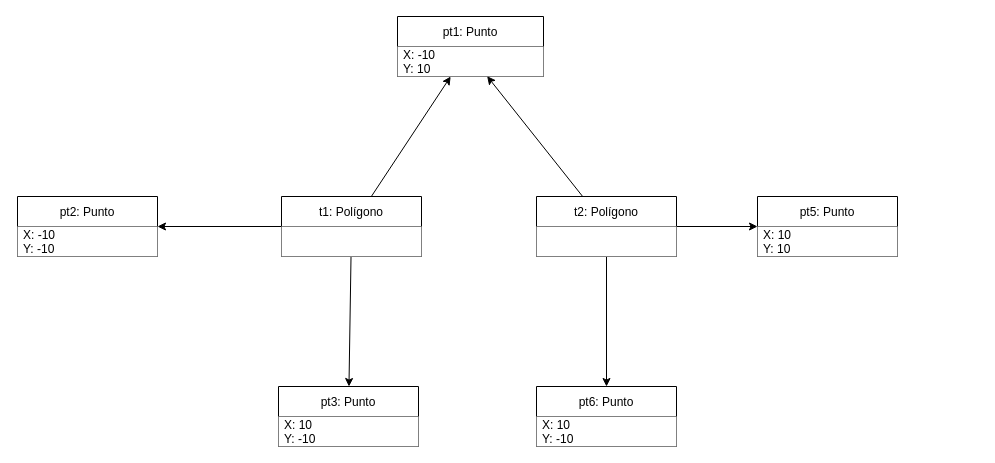
Before: Ejercicio 15.drawio in ESTHERRODRIGUEZGARCIA/TrabajoGrupal1-EDA, a draw.io diagram. Source tidied: cells renumbered, new cells numbered last; positions are measured from the earlier drawing's top-left corner, leaving out a move shared by most shapes. Both pictures are drawn from the tidied source at 100%, with x=0, y=0 at pixel (17, 16).
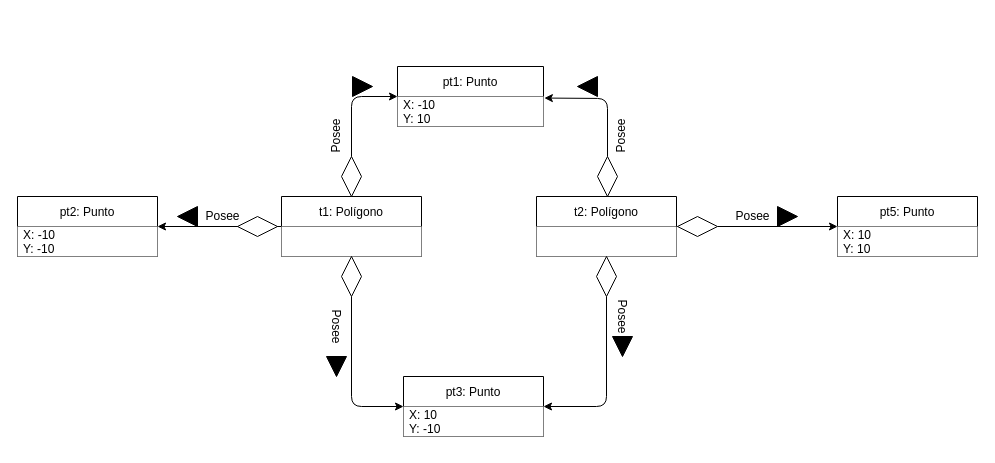
Above is the later version.

Unchanged cells that the change refers to:
```xml
<mxCell id="5" value="t1: Polígono" style="swimlane;fontStyle=0;horizontal=1;startSize=30;" parent="1" vertex="1">
  <mxGeometry x="264" y="180" width="140" height="60" as="geometry" />
</mxCell>
<mxCell id="10" value="X: -10&#10;Y: 10" style="text;strokeColor=none;fillColor=default;align=left;verticalAlign=middle;spacingLeft=4;spacingRight=4;overflow=hidden;points=[[0,0.5],[1,0.5]];portConstraint=eastwest;" parent="9" vertex="1">
  <mxGeometry y="30" width="146" height="30" as="geometry" />
</mxCell>
<mxCell id="16" value="t2: Polígono" style="swimlane;fontStyle=0;horizontal=1;startSize=30;" parent="1" vertex="1">
  <mxGeometry x="519" y="180" width="140" height="60" as="geometry" />
</mxCell>
```

Change to the diagram source:
```diff
@@
-    <mxCell id="3" style="edgeStyle=none;html=1;" parent="1" edge="1" source="5" target="9">
-      <mxGeometry relative="1" as="geometry" />
-    </mxCell>
-    <mxCell id="4" style="edgeStyle=none;html=1;" parent="1" edge="1" source="5" target="11">
-      <mxGeometry relative="1" as="geometry" />
-    </mxCell>
+    <mxCell id="22" style="edgeStyle=none;html=1;startArrow=none;" parent="1" edge="1" source="36" target="9">
+      <mxGeometry relative="1" as="geometry">
+        <Array as="points">
+          <mxPoint x="334" y="80" />
+        </Array>
+      </mxGeometry>
+    </mxCell>
+    <mxCell id="23" style="edgeStyle=none;html=1;startArrow=none;" parent="1" edge="1" source="39" target="11">
+      <mxGeometry relative="1" as="geometry">
+        <Array as="points">
+          <mxPoint x="334" y="390" />
+        </Array>
+      </mxGeometry>
+    </mxCell>
@@
-    <mxCell id="6" style="text;strokeColor=none;fillColor=default;align=left;verticalAlign=middle;spacingLeft=4;spacingRight=4;overflow=hidden;" parent="5" vertex="1">
-      <mxGeometry y="30" width="140" height="30" as="geometry" />
-    </mxCell>
+    <mxCell id="24" style="text;strokeColor=none;fillColor=default;align=left;verticalAlign=middle;spacingLeft=4;spacingRight=4;overflow=hidden;" parent="5" vertex="1">
+      <mxGeometry y="30" width="140" height="30" as="geometry" />
+    </mxCell>
@@
     <mxCell id="9" value="pt1: Punto" style="swimlane;fontStyle=0;horizontal=1;startSize=30;" parent="1" vertex="1">
-      <mxGeometry x="380" width="146" height="60" as="geometry" />
+      <mxGeometry x="380" y="50" width="146" height="60" as="geometry" />
     </mxCell>
@@
     <mxCell id="11" value="pt3: Punto" style="swimlane;fontStyle=0;horizontal=1;startSize=30;" parent="1" vertex="1">
-      <mxGeometry x="261" y="370" width="140" height="60" as="geometry" />
+      <mxGeometry x="386" y="360" width="140" height="60" as="geometry" />
     </mxCell>
-    <mxCell id="12" value="X: 10&#10;Y: -10" style="text;strokeColor=none;fillColor=default;align=left;verticalAlign=middle;spacingLeft=4;spacingRight=4;overflow=hidden;" parent="11" vertex="1">
-      <mxGeometry y="30" width="140" height="30" as="geometry" />
-    </mxCell>
-    <mxCell id="13" style="edgeStyle=none;html=1;" parent="1" edge="1" source="16" target="18">
-      <mxGeometry relative="1" as="geometry" />
-    </mxCell>
-    <mxCell id="14" style="edgeStyle=none;html=1;entryX=0.614;entryY=0.99;entryDx=0;entryDy=0;entryPerimeter=0;" parent="1" edge="1" source="16" target="10">
-      <mxGeometry relative="1" as="geometry" />
-    </mxCell>
-    <mxCell id="15" style="edgeStyle=none;html=1;" parent="1" edge="1" source="16" target="20">
-      <mxGeometry relative="1" as="geometry" />
-    </mxCell>
+    <mxCell id="25" value="X: 10&#10;Y: -10" style="text;strokeColor=none;fillColor=default;align=left;verticalAlign=middle;spacingLeft=4;spacingRight=4;overflow=hidden;" parent="11" vertex="1">
+      <mxGeometry y="30" width="140" height="30" as="geometry" />
+    </mxCell>
+    <mxCell id="26" style="edgeStyle=none;html=1;startArrow=none;" parent="1" edge="1" source="43" target="18">
+      <mxGeometry relative="1" as="geometry" />
+    </mxCell>
+    <mxCell id="27" style="edgeStyle=none;html=1;startArrow=none;entryX=1.006;entryY=0.052;entryDx=0;entryDy=0;entryPerimeter=0;" parent="1" edge="1" source="45" target="10">
+      <mxGeometry relative="1" as="geometry">
+        <Array as="points">
+          <mxPoint x="590" y="82" />
+        </Array>
+      </mxGeometry>
+    </mxCell>
+    <mxCell id="28" style="edgeStyle=none;html=1;startArrow=none;entryX=1;entryY=0.5;entryDx=0;entryDy=0;" parent="1" edge="1" source="41" target="11">
+      <mxGeometry relative="1" as="geometry">
+        <Array as="points">
+          <mxPoint x="589" y="390" />
+        </Array>
+      </mxGeometry>
+    </mxCell>
@@
-    <mxCell id="17" style="text;strokeColor=none;fillColor=default;align=left;verticalAlign=middle;spacingLeft=4;spacingRight=4;overflow=hidden;" parent="16" vertex="1">
-      <mxGeometry y="30" width="140" height="30" as="geometry" />
-    </mxCell>
+    <mxCell id="29" style="text;strokeColor=none;fillColor=default;align=left;verticalAlign=middle;spacingLeft=4;spacingRight=4;overflow=hidden;" parent="16" vertex="1">
+      <mxGeometry y="30" width="140" height="30" as="geometry" />
+    </mxCell>
     <mxCell id="18" value="pt5: Punto" style="swimlane;fontStyle=0;horizontal=1;startSize=30;" parent="1" vertex="1">
-      <mxGeometry x="740" y="180" width="140" height="60" as="geometry" />
+      <mxGeometry x="820" y="180" width="140" height="60" as="geometry" />
     </mxCell>
@@
-    <mxCell id="20" value="pt6: Punto" style="swimlane;fontStyle=0;horizontal=1;startSize=30;" parent="1" vertex="1">
-      <mxGeometry x="519" y="370" width="140" height="60" as="geometry" />
-    </mxCell>
-    <mxCell id="21" value="X: 10&#10;Y: -10" style="text;strokeColor=none;fillColor=default;align=left;verticalAlign=middle;spacingLeft=4;spacingRight=4;overflow=hidden;" parent="20" vertex="1">
-      <mxGeometry y="30" width="140" height="30" as="geometry" />
-    </mxCell>
+    <mxCell id="30" value="Posee" style="text;html=1;align=center;verticalAlign=middle;fillColor=none;strokeColor=none;rounded=0;rotation=90;" parent="1" vertex="1">
+      <mxGeometry x="294" y="300" width="50" height="20" as="geometry" />
+    </mxCell>
+    <mxCell id="31" value="Posee" style="text;html=1;align=center;verticalAlign=middle;fillColor=none;strokeColor=none;rounded=0;rotation=-90;" parent="1" vertex="1">
+      <mxGeometry x="579" y="110" width="50" height="20" as="geometry" />
+    </mxCell>
+    <mxCell id="32" value="Posee" style="text;html=1;align=center;verticalAlign=middle;fillColor=none;strokeColor=none;rounded=0;rotation=90;" parent="1" vertex="1">
+      <mxGeometry x="580" y="290" width="50" height="20" as="geometry" />
+    </mxCell>
+    <mxCell id="33" value="Posee" style="text;html=1;align=center;verticalAlign=middle;fillColor=none;strokeColor=none;rounded=0;" parent="1" vertex="1">
+      <mxGeometry x="710" y="190" width="50" height="20" as="geometry" />
+    </mxCell>
+    <mxCell id="34" value="Posee" style="text;html=1;align=center;verticalAlign=middle;fillColor=none;strokeColor=none;rounded=0;" parent="1" vertex="1">
+      <mxGeometry x="180" y="190" width="50" height="20" as="geometry" />
+    </mxCell>
+    <mxCell id="35" value="Posee" style="text;html=1;align=center;verticalAlign=middle;fillColor=none;strokeColor=none;rounded=0;rotation=-90;" parent="1" vertex="1">
+      <mxGeometry x="294" y="110" width="50" height="20" as="geometry" />
+    </mxCell>
+    <mxCell id="36" style="rhombus;whiteSpace=wrap;html=1;" parent="1" vertex="1">
+      <mxGeometry x="324" y="140" width="20" height="40" as="geometry" />
+    </mxCell>
+    <mxCell id="37" style="edgeStyle=none;html=1;endArrow=none;" parent="1" edge="1" source="5" target="36">
+      <mxGeometry relative="1" as="geometry" />
+    </mxCell>
+    <mxCell id="38" style="rhombus;whiteSpace=wrap;html=1;rotation=90;" parent="1" vertex="1">
+      <mxGeometry x="230" y="190" width="20" height="40" as="geometry" />
+    </mxCell>
+    <mxCell id="39" style="rhombus;whiteSpace=wrap;html=1;" parent="1" vertex="1">
+      <mxGeometry x="324" y="240" width="20" height="40" as="geometry" />
+    </mxCell>
+    <mxCell id="40" style="edgeStyle=none;html=1;endArrow=none;" parent="1" edge="1" source="5" target="39">
+      <mxGeometry relative="1" as="geometry" />
+    </mxCell>
+    <mxCell id="41" style="rhombus;whiteSpace=wrap;html=1;" parent="1" vertex="1">
+      <mxGeometry x="579" y="240" width="20" height="40" as="geometry" />
+    </mxCell>
+    <mxCell id="42" style="edgeStyle=none;html=1;endArrow=none;" parent="1" edge="1" source="16" target="41">
+      <mxGeometry relative="1" as="geometry" />
+    </mxCell>
+    <mxCell id="43" style="rhombus;whiteSpace=wrap;html=1;rotation=90;" parent="1" vertex="1">
+      <mxGeometry x="670" y="190" width="20" height="40" as="geometry" />
+    </mxCell>
+    <mxCell id="44" style="edgeStyle=none;html=1;endArrow=none;" parent="1" edge="1" source="16" target="43">
+      <mxGeometry relative="1" as="geometry" />
+    </mxCell>
+    <mxCell id="45" style="rhombus;whiteSpace=wrap;html=1;" parent="1" vertex="1">
+      <mxGeometry x="580" y="140" width="20" height="40" as="geometry" />
+    </mxCell>
+    <mxCell id="46" style="edgeStyle=none;html=1;endArrow=none;" parent="1" edge="1" source="16" target="45">
+      <mxGeometry relative="1" as="geometry" />
+    </mxCell>
+    <mxCell id="47" style="triangle;whiteSpace=wrap;html=1;fillColor=#000000;rotation=90;" parent="1" vertex="1">
+      <mxGeometry x="595" y="320" width="20" height="20" as="geometry" />
+    </mxCell>
+    <mxCell id="48" style="triangle;whiteSpace=wrap;html=1;fillColor=#000000;rotation=-180;" parent="1" vertex="1">
+      <mxGeometry x="560" y="60" width="20" height="20" as="geometry" />
+    </mxCell>
+    <mxCell id="49" style="triangle;whiteSpace=wrap;html=1;fillColor=#000000;rotation=0;" parent="1" vertex="1">
+      <mxGeometry x="760" y="190" width="20" height="20" as="geometry" />
+    </mxCell>
+    <mxCell id="50" style="triangle;whiteSpace=wrap;html=1;fillColor=#000000;rotation=90;" parent="1" vertex="1">
+      <mxGeometry x="309" y="340" width="20" height="20" as="geometry" />
+    </mxCell>
+    <mxCell id="51" style="triangle;whiteSpace=wrap;html=1;fillColor=#000000;rotation=0;" parent="1" vertex="1">
+      <mxGeometry x="335" y="60" width="20" height="20" as="geometry" />
+    </mxCell>
+    <mxCell id="52" style="triangle;whiteSpace=wrap;html=1;fillColor=#000000;rotation=-180;" parent="1" vertex="1">
+      <mxGeometry x="160" y="190" width="20" height="20" as="geometry" />
+    </mxCell>
```
